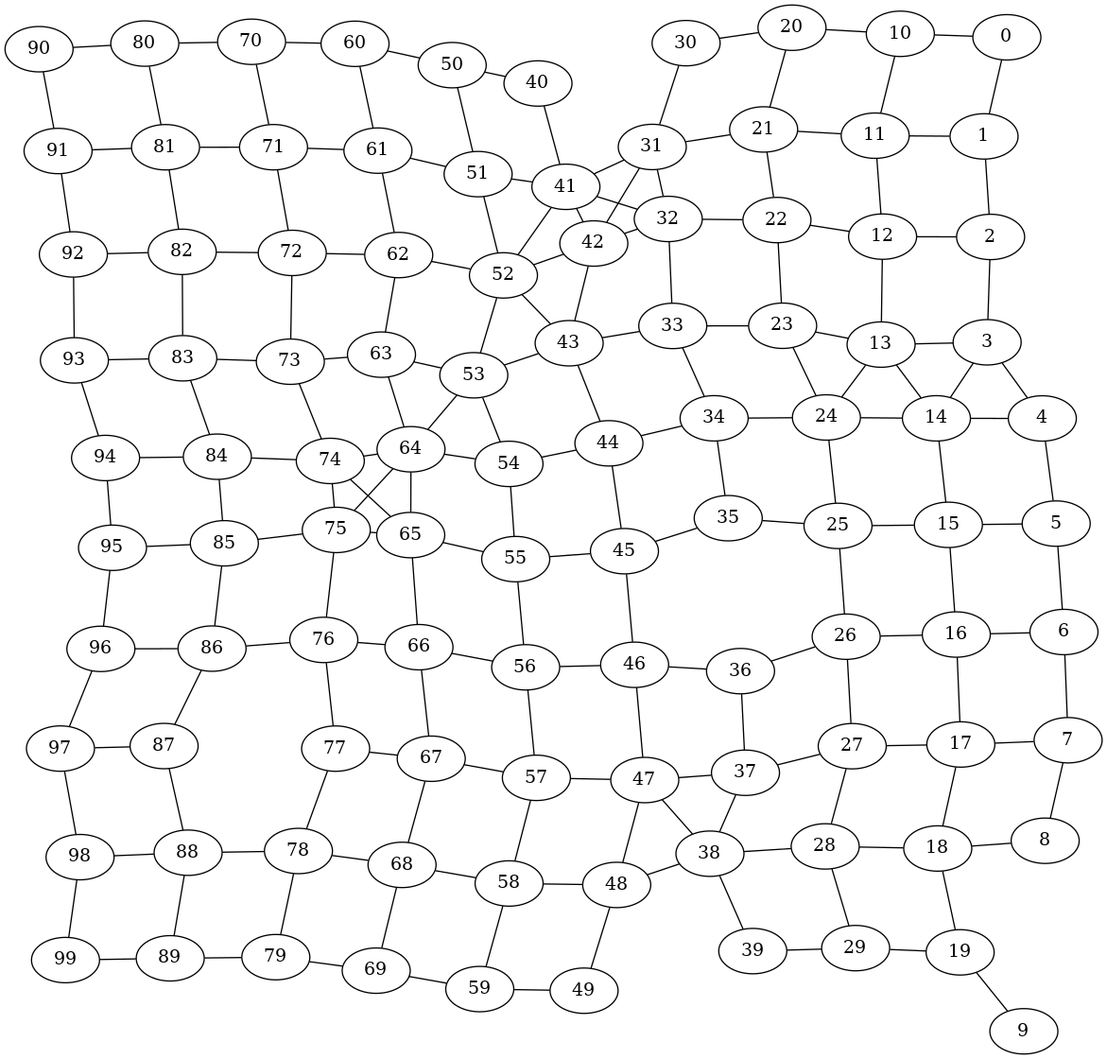
Earlier version of the Graphviz export fig/graph.png (lorenzorizzi17/urban_network). Its source is kept beside it as fig/graph.dot.
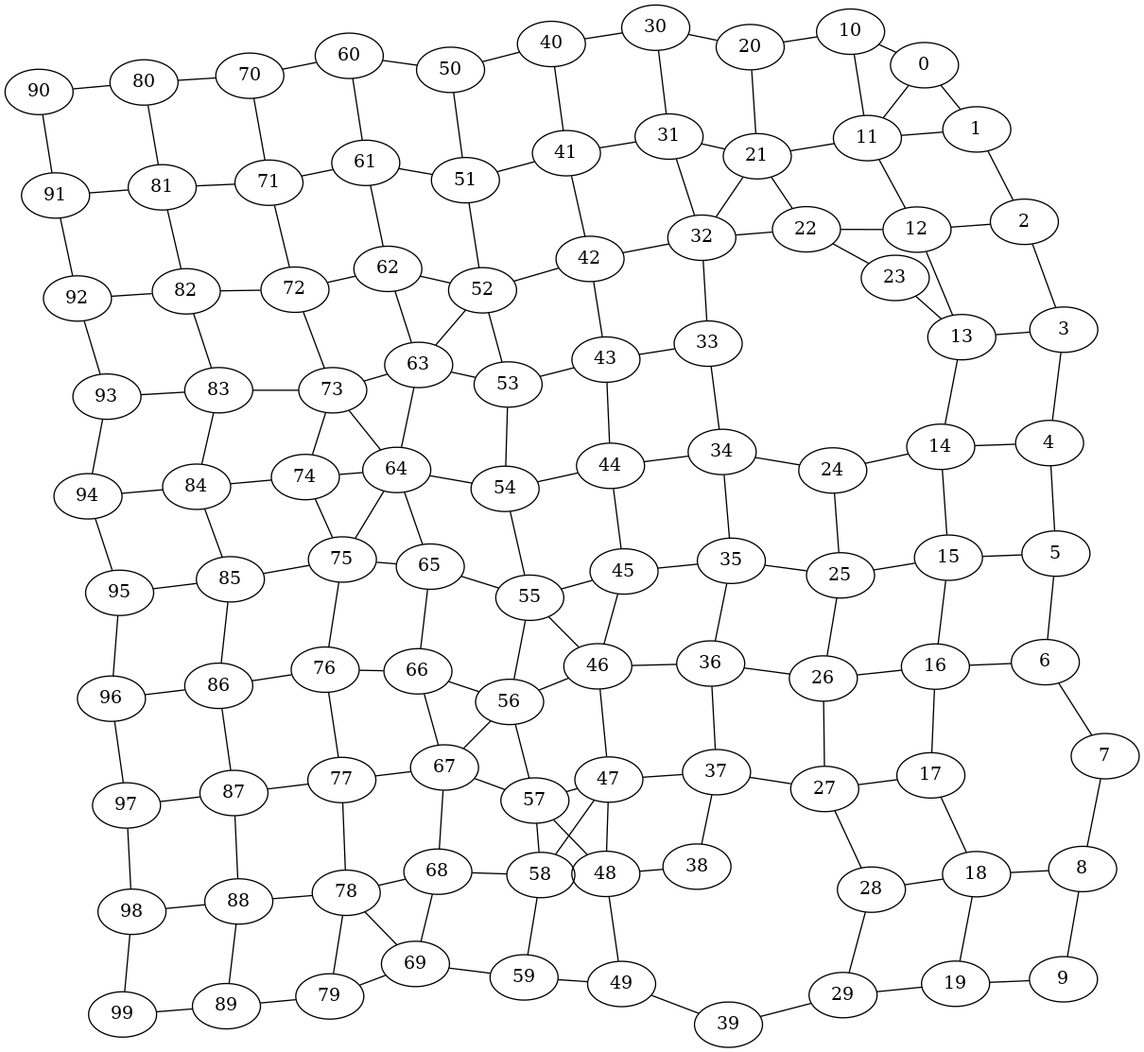
The same diagram one commit later.

Diff of the diagram source:
```diff
@@ -113,9 +113,9 @@
 5--6 ;
 6--16 ;
 6--7 ;
-7--17 ;
 7--8 ;
 8--18 ;
+8--9 ;
 9--19 ;
 10--11 ;
 10--20 ;
@@ -142,8 +142,6 @@
 21--22 ;
 22--32 ;
 22--23 ;
-23--33 ;
-23--24 ;
 24--34 ;
 24--25 ;
 25--35 ;
@@ -152,10 +150,10 @@
 26--27 ;
 27--37 ;
 27--28 ;
-28--38 ;
 28--29 ;
 29--39 ;
 30--31 ;
+30--40 ;
 31--41 ;
 31--32 ;
 32--42 ;
@@ -165,12 +163,13 @@
 34--44 ;
 34--35 ;
 35--45 ;
+35--36 ;
 36--46 ;
 36--37 ;
 37--47 ;
 37--38 ;
 38--48 ;
-38--39 ;
+39--49 ;
 40--41 ;
 40--50 ;
 41--51 ;
@@ -242,6 +241,7 @@
 75--76 ;
 76--86 ;
 76--77 ;
+77--87 ;
 77--78 ;
 78--88 ;
 78--79 ;
@@ -274,14 +274,14 @@
 96--97 ;
 97--98 ;
 98--99 ;
-52--41 ;
-14--3 ;
-31--42 ;
-47--38 ;
-53--64 ;
-65--74 ;
-41--32 ;
-24--13 ;
-64--75 ;
-52--43 ;
+56--67 ;
+78--69 ;
+64--73 ;
+11--0 ;
+75--64 ;
+32--21 ;
+46--55 ;
+58--47 ;
+52--63 ;
+48--57 ;
 }
```
